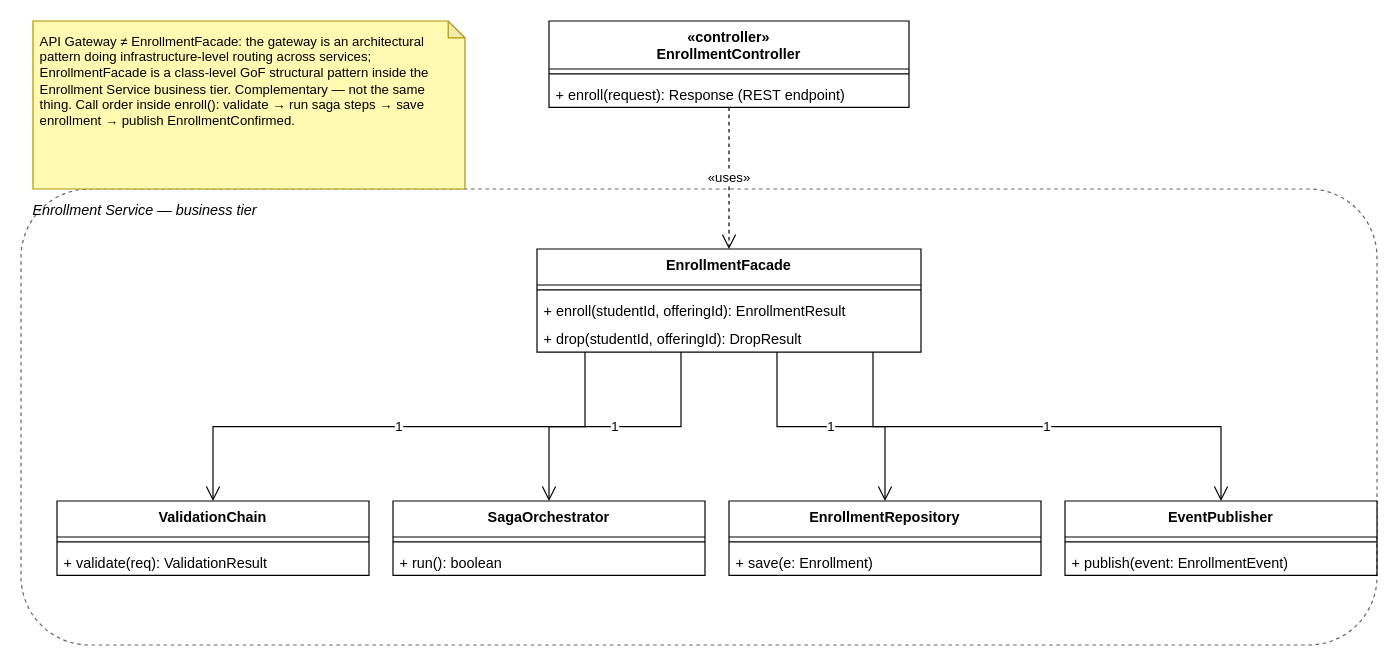
Before: Diagrams/Class_diagrams_design_patterns/07-facade.drawio in Tharusha-dev/soft_architect_redda, a draw.io diagram. Source tidied: cells renumbered, new cells numbered last; positions are measured from the earlier drawing's top-left corner, leaving out a move shared by most shapes. Both pictures are drawn from the tidied source at 120%, with x=0, y=0 at pixel (20, 20).
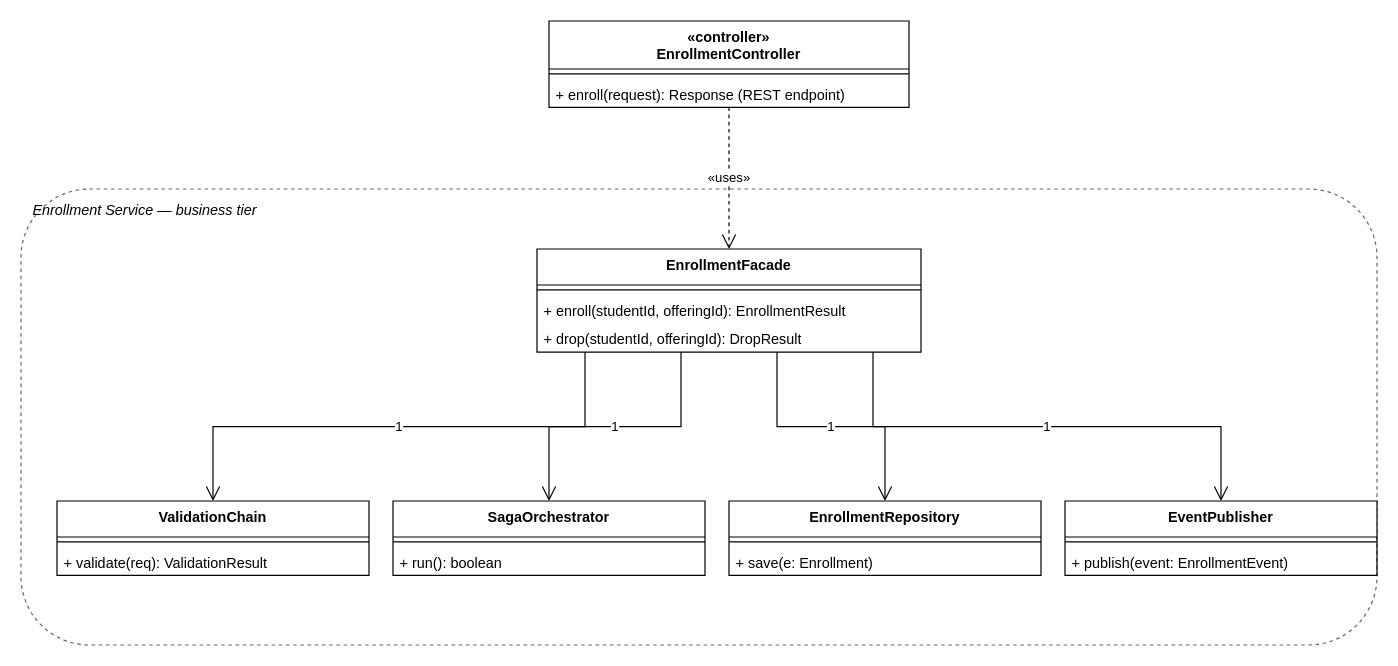
After the change.

Change to the diagram source:
```diff
@@
-    <mxCell id="22" value="API Gateway ≠ EnrollmentFacade: the gateway is an architectural pattern doing infrastructure-level routing across services; EnrollmentFacade is a class-level GoF structural pattern inside the Enrollment Service business tier. Complementary — not the same thing. Call order inside enroll(): validate → run saga steps → save enrollment → publish EnrollmentConfirmed." style="shape=note;whiteSpace=wrap;html=1;backgroundOutline=1;darkOpacity=0.05;fillColor=#FFF9B2;strokeColor=#B09500;size=14;align=left;verticalAlign=top;spacing=6;fontSize=11;" parent="1" vertex="1">
-      <mxGeometry x="10" width="360" height="140" as="geometry" />
-    </mxCell>
```
